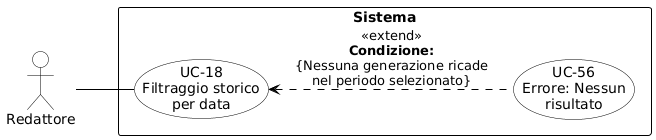
Above: RTB/Analisi dei Requisiti/diagrammi_use_case/UC-18.png in aLittleByte-19/Documentazione (PlantUML), before the change. Its diagram source:
```plantuml
@startuml
skinparam shadowing false
skinparam defaultFontName Arial
left to right direction
skinparam nodesep 15
skinparam ranksep 50

skinparam usecase {
    BackgroundColor white
    BorderColor black
    ArrowColor black
}
skinparam actor {
    BackgroundColor white
    BorderColor black
}
skinparam rectangle {
    BorderColor black
    FontStyle bold
}

actor "Redattore" as R

rectangle "Sistema" {
    usecase "UC-18\nFiltraggio storico\nper data" as UC18
    usecase "UC-56\nErrore: Nessun\nrisultato" as UC56

    UC18 <.. UC56 : <<extend>>\n**Condizione:**\n{Nessuna generazione ricade\nnel periodo selezionato}
}

R -- UC18
@enduml
```
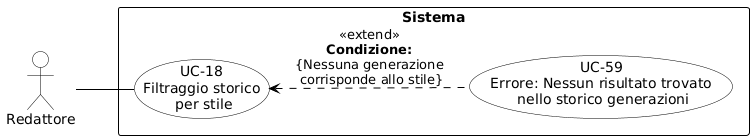
The same file after the commit.

Diff of the diagram source:
```diff
@@ -19,14 +19,14 @@
     FontStyle bold
 }
 
-actor "Redattore" as R
+actor "Redattore" as redattore
 
 rectangle "Sistema" {
-    usecase "UC-18\nFiltraggio storico\nper data" as UC18
-    usecase "UC-56\nErrore: Nessun\nrisultato" as UC56
+    usecase "UC-18\nFiltraggio storico\n per stile" as UC18
+    usecase "UC-59\nErrore: Nessun risultato trovato\n nello storico generazioni" as UC59
 
-    UC18 <.. UC56 : <<extend>>\n**Condizione:**\n{Nessuna generazione ricade\nnel periodo selezionato}
+    UC59 .up.> UC18 : «extend»\n<b>Condizione:</b>\n{Nessuna generazione\n corrisponde allo stile}
 }
 
-R -- UC18
+redattore -- UC18
 @enduml
```
